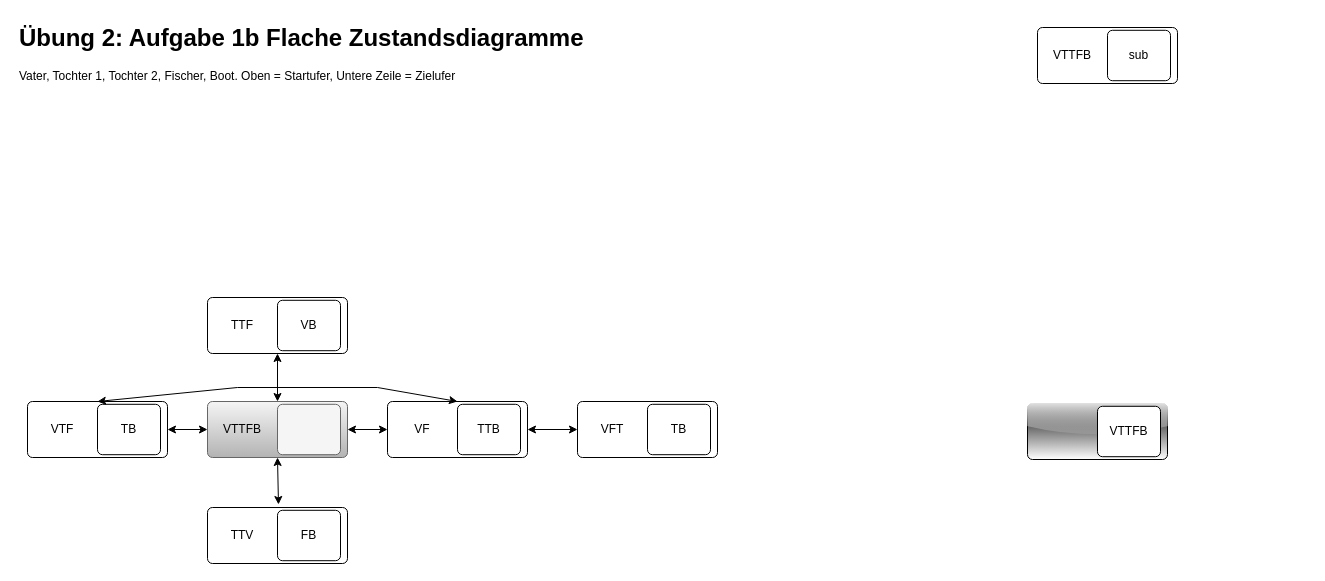
The draw.io diagram Uebungen/Blatt02/U2A1b.drawio in Chima207/Modellierung-Untertitel, before the edit. Source tidied: cells renumbered, new cells numbered last; positions are measured from the earlier drawing's top-left corner, leaving out a move shared by most shapes. Both pictures are drawn from the tidied source at 100%, with x=0, y=0 at pixel (17, 17).
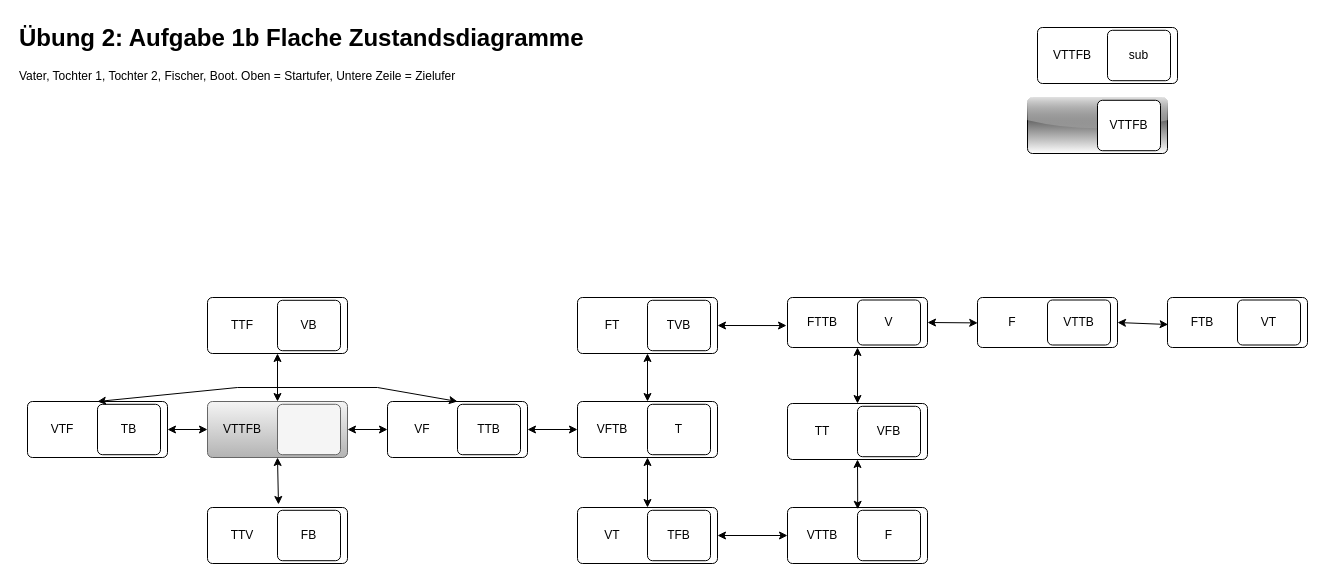
The same diagram, later.

The change refers to these unchanged cells:
```xml
<mxCell id="28" style="rounded=1;absoluteArcSize=1;html=1;arcSize=10;" parent="1" vertex="1">
  <mxGeometry x="560" y="384" width="140" height="56" as="geometry" />
</mxCell>
```

Change to the diagram source:
```diff
@@
     <mxCell id="17" style="rounded=1;absoluteArcSize=1;html=1;arcSize=10;gradientDirection=north;gradientColor=default;fillColor=default;shadow=0;glass=1;" parent="1" vertex="1">
-      <mxGeometry x="1010" y="386" width="140" height="56" as="geometry" />
+      <mxGeometry x="1010" y="80" width="140" height="56" as="geometry" />
     </mxCell>
@@
-    <mxCell id="29" value="VFT" style="html=1;shape=mxgraph.er.anchor;whiteSpace=wrap;" parent="28" vertex="1">
+    <mxCell id="29" value="VFTB" style="html=1;shape=mxgraph.er.anchor;whiteSpace=wrap;" parent="28" vertex="1">
       <mxGeometry width="70" height="56" as="geometry" />
     </mxCell>
-    <mxCell id="30" value="TB" style="rounded=1;absoluteArcSize=1;html=1;arcSize=10;whiteSpace=wrap;strokeColor=inherit;fillColor=inherit;" parent="28" vertex="1">
+    <mxCell id="30" value="T" style="rounded=1;absoluteArcSize=1;html=1;arcSize=10;whiteSpace=wrap;strokeColor=inherit;fillColor=inherit;" parent="28" vertex="1">
       <mxGeometry x="70" y="2.8" width="63" height="50.4" as="geometry" />
     </mxCell>
@@
+    <mxCell id="33" style="rounded=1;absoluteArcSize=1;html=1;arcSize=10;" parent="1" vertex="1">
+      <mxGeometry x="560" y="280" width="140" height="56" as="geometry" />
+    </mxCell>
+    <mxCell id="34" value="FT" style="html=1;shape=mxgraph.er.anchor;whiteSpace=wrap;" parent="33" vertex="1">
+      <mxGeometry width="70" height="56" as="geometry" />
+    </mxCell>
+    <mxCell id="35" value="TVB" style="rounded=1;absoluteArcSize=1;html=1;arcSize=10;whiteSpace=wrap;strokeColor=inherit;fillColor=inherit;" parent="33" vertex="1">
+      <mxGeometry x="70" y="2.8" width="63" height="50.4" as="geometry" />
+    </mxCell>
+    <mxCell id="36" style="rounded=1;absoluteArcSize=1;html=1;arcSize=10;" parent="1" vertex="1">
+      <mxGeometry x="560" y="490" width="140" height="56" as="geometry" />
+    </mxCell>
+    <mxCell id="37" value="VT" style="html=1;shape=mxgraph.er.anchor;whiteSpace=wrap;" parent="36" vertex="1">
+      <mxGeometry width="70" height="56" as="geometry" />
+    </mxCell>
+    <mxCell id="38" value="TFB" style="rounded=1;absoluteArcSize=1;html=1;arcSize=10;whiteSpace=wrap;strokeColor=inherit;fillColor=inherit;" parent="36" vertex="1">
+      <mxGeometry x="70" y="2.8" width="63" height="50.4" as="geometry" />
+    </mxCell>
+    <mxCell id="39" style="endArrow=classic;startArrow=classic;html=1;rounded=0;exitX=0.5;exitY=0;exitDx=0;exitDy=0;entryX=0.5;entryY=1;entryDx=0;entryDy=0;" parent="1" edge="1" source="28" target="33">
+      <mxGeometry relative="1" as="geometry" />
+    </mxCell>
+    <mxCell id="40" style="endArrow=classic;startArrow=classic;html=1;rounded=0;exitX=0.5;exitY=0;exitDx=0;exitDy=0;entryX=0.5;entryY=1;entryDx=0;entryDy=0;" parent="1" edge="1" source="36" target="28">
+      <mxGeometry relative="1" as="geometry" />
+    </mxCell>
+    <mxCell id="41" style="rounded=1;absoluteArcSize=1;html=1;arcSize=10;" parent="1" vertex="1">
+      <mxGeometry x="770" y="490" width="140" height="56" as="geometry" />
+    </mxCell>
+    <mxCell id="42" value="VTTB" style="html=1;shape=mxgraph.er.anchor;whiteSpace=wrap;" parent="41" vertex="1">
+      <mxGeometry width="70" height="56" as="geometry" />
+    </mxCell>
+    <mxCell id="43" value="F" style="rounded=1;absoluteArcSize=1;html=1;arcSize=10;whiteSpace=wrap;strokeColor=inherit;fillColor=inherit;" parent="41" vertex="1">
+      <mxGeometry x="70" y="2.8" width="63" height="50.4" as="geometry" />
+    </mxCell>
+    <mxCell id="44" style="endArrow=classic;startArrow=classic;html=1;rounded=0;entryX=0;entryY=0.5;entryDx=0;entryDy=0;exitX=1;exitY=0.5;exitDx=0;exitDy=0;" parent="1" edge="1" source="36" target="41">
+      <mxGeometry relative="1" as="geometry" />
+    </mxCell>
+    <mxCell id="45" style="rounded=1;absoluteArcSize=1;html=1;arcSize=10;" parent="1" vertex="1">
+      <mxGeometry x="770" y="280" width="140" height="50" as="geometry" />
+    </mxCell>
+    <mxCell id="46" value="FTTB" style="html=1;shape=mxgraph.er.anchor;whiteSpace=wrap;" parent="45" vertex="1">
+      <mxGeometry width="70" height="50" as="geometry" />
+    </mxCell>
+    <mxCell id="47" value="V" style="rounded=1;absoluteArcSize=1;html=1;arcSize=10;whiteSpace=wrap;strokeColor=inherit;fillColor=inherit;" parent="45" vertex="1">
+      <mxGeometry x="70" y="2.5" width="63" height="45" as="geometry" />
+    </mxCell>
+    <mxCell id="48" style="endArrow=classic;startArrow=classic;html=1;rounded=0;exitX=1;exitY=0.5;exitDx=0;exitDy=0;entryX=-0.014;entryY=0.561;entryDx=0;entryDy=0;entryPerimeter=0;" parent="1" edge="1" source="33" target="46">
+      <mxGeometry relative="1" as="geometry" />
+    </mxCell>
+    <mxCell id="49" style="rounded=1;absoluteArcSize=1;html=1;arcSize=10;" parent="1" vertex="1">
+      <mxGeometry x="770" y="386" width="140" height="56" as="geometry" />
+    </mxCell>
+    <mxCell id="50" value="TT" style="html=1;shape=mxgraph.er.anchor;whiteSpace=wrap;" parent="49" vertex="1">
+      <mxGeometry width="70" height="56" as="geometry" />
+    </mxCell>
+    <mxCell id="51" value="VFB" style="rounded=1;absoluteArcSize=1;html=1;arcSize=10;whiteSpace=wrap;strokeColor=inherit;fillColor=inherit;" parent="49" vertex="1">
+      <mxGeometry x="70" y="2.8" width="63" height="50.4" as="geometry" />
+    </mxCell>
+    <mxCell id="52" style="endArrow=classic;startArrow=classic;html=1;rounded=0;entryX=0.5;entryY=0;entryDx=0;entryDy=0;exitX=0.5;exitY=1;exitDx=0;exitDy=0;" parent="1" edge="1" source="45" target="49">
+      <mxGeometry relative="1" as="geometry" />
+    </mxCell>
+    <mxCell id="53" style="endArrow=classic;startArrow=classic;html=1;rounded=0;entryX=0.5;entryY=1;entryDx=0;entryDy=0;exitX=1.003;exitY=0.032;exitDx=0;exitDy=0;exitPerimeter=0;" parent="1" edge="1" source="42" target="49">
+      <mxGeometry relative="1" as="geometry" />
+    </mxCell>
+    <mxCell id="54" style="rounded=1;absoluteArcSize=1;html=1;arcSize=10;" parent="1" vertex="1">
+      <mxGeometry x="960" y="280" width="140" height="50" as="geometry" />
+    </mxCell>
+    <mxCell id="55" value="F" style="html=1;shape=mxgraph.er.anchor;whiteSpace=wrap;" parent="54" vertex="1">
+      <mxGeometry width="70" height="50" as="geometry" />
+    </mxCell>
+    <mxCell id="56" value="VTTB" style="rounded=1;absoluteArcSize=1;html=1;arcSize=10;whiteSpace=wrap;strokeColor=inherit;fillColor=inherit;" parent="54" vertex="1">
+      <mxGeometry x="70" y="2.5" width="63" height="45" as="geometry" />
+    </mxCell>
+    <mxCell id="57" style="endArrow=classic;startArrow=classic;html=1;rounded=0;entryX=0.003;entryY=0.508;entryDx=0;entryDy=0;entryPerimeter=0;exitX=1;exitY=0.5;exitDx=0;exitDy=0;" parent="1" edge="1" source="45" target="55">
+      <mxGeometry relative="1" as="geometry" />
+    </mxCell>
+    <mxCell id="58" style="rounded=1;absoluteArcSize=1;html=1;arcSize=10;" parent="1" vertex="1">
+      <mxGeometry x="1150" y="280" width="140" height="50" as="geometry" />
+    </mxCell>
+    <mxCell id="59" value="FTB" style="html=1;shape=mxgraph.er.anchor;whiteSpace=wrap;" parent="58" vertex="1">
+      <mxGeometry width="70" height="50" as="geometry" />
+    </mxCell>
+    <mxCell id="60" value="VT" style="rounded=1;absoluteArcSize=1;html=1;arcSize=10;whiteSpace=wrap;strokeColor=inherit;fillColor=inherit;" parent="58" vertex="1">
+      <mxGeometry x="70" y="2.5" width="63" height="45" as="geometry" />
+    </mxCell>
+    <mxCell id="61" style="endArrow=classic;startArrow=classic;html=1;rounded=0;entryX=0.009;entryY=0.54;entryDx=0;entryDy=0;entryPerimeter=0;" parent="1" edge="1" target="59">
+      <mxGeometry relative="1" as="geometry">
+        <mxPoint x="1100" y="305" as="sourcePoint" />
+      </mxGeometry>
+    </mxCell>
```
